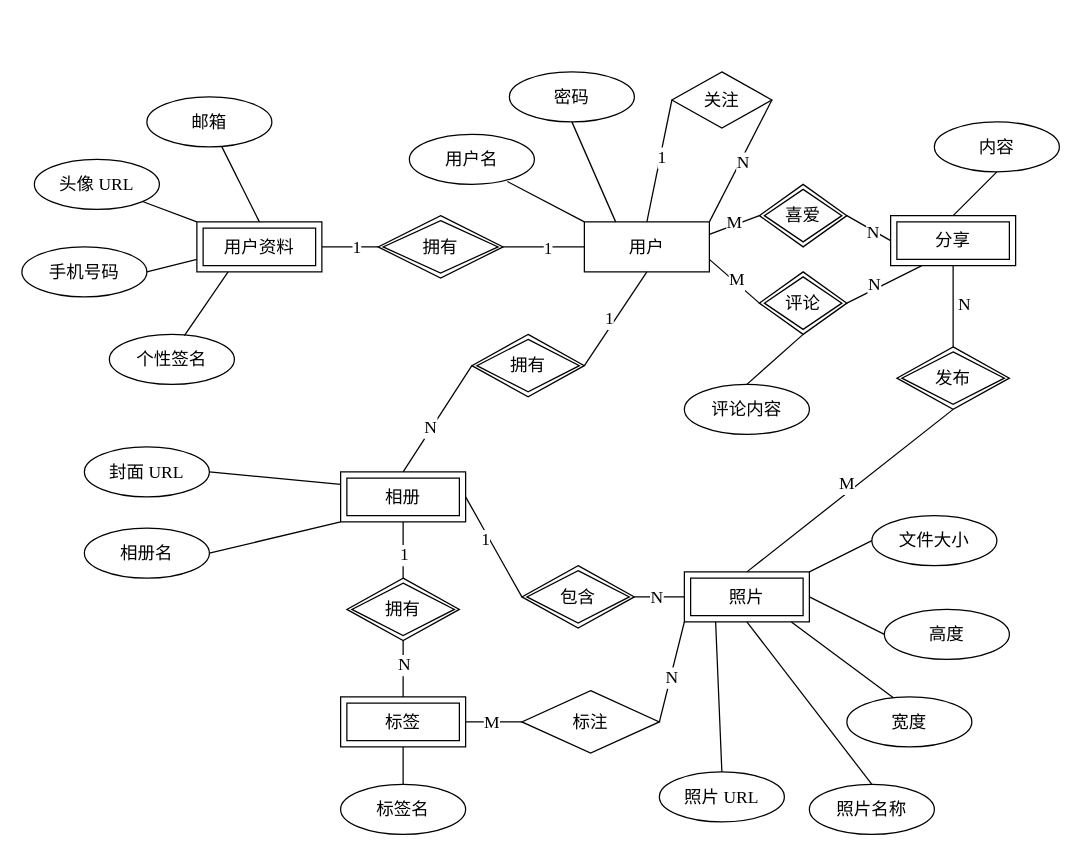
Before: public/erd.drawio in 3fuyang/3fuyang.github.io, a draw.io diagram. Source tidied: cells renumbered, new cells numbered last; positions are measured from the earlier drawing's top-left corner, leaving out a move shared by most shapes. Both pictures are drawn from the tidied source at 125%, with x=0, y=0 at pixel (21, 71).
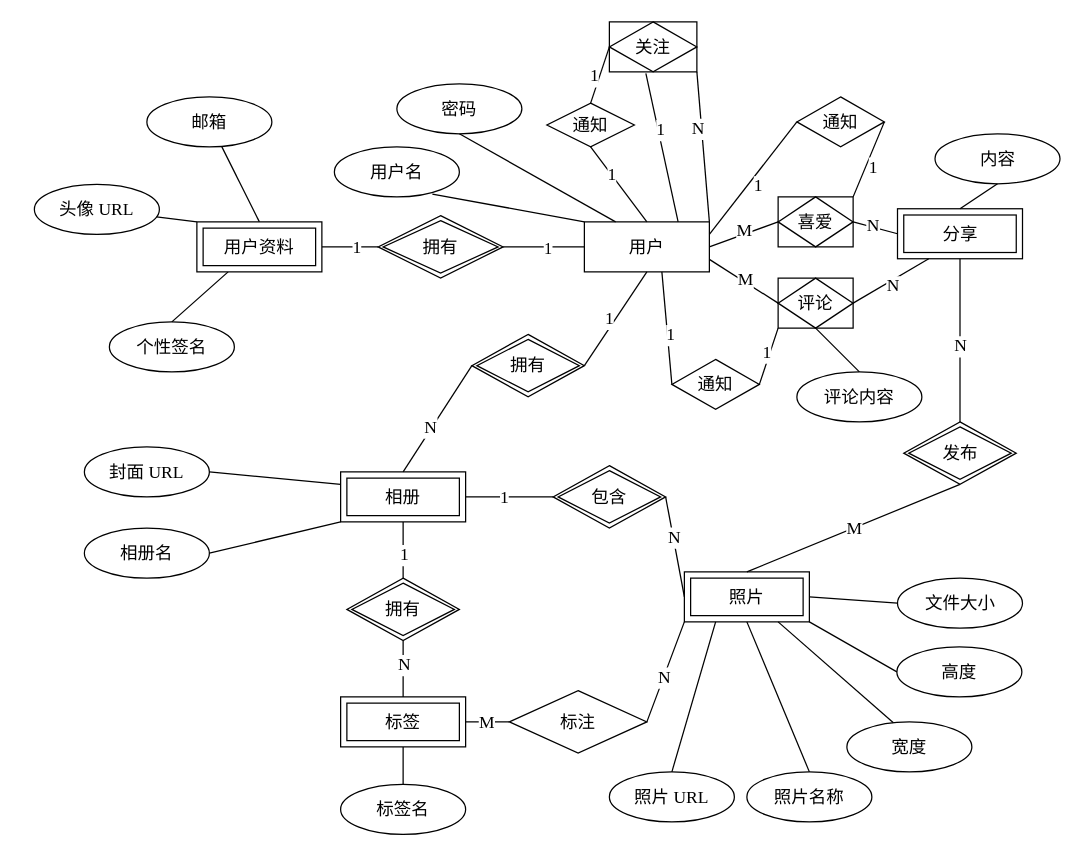
Above is the later version.

The change refers to these unchanged cells:
```xml
<mxCell id="2" value="&lt;font face=&quot;宋体&quot;&gt;&lt;span style=&quot;font-size: 14px;&quot;&gt;用户&lt;/span&gt;&lt;/font&gt;" style="whiteSpace=wrap;html=1;align=center;" parent="1" vertex="1">
  <mxGeometry x="450" y="120" width="100" height="40" as="geometry" />
</mxCell>
<mxCell id="21" value="&lt;font face=&quot;宋体&quot; style=&quot;font-size: 14px;&quot;&gt;用户资料&lt;/font&gt;" style="shape=ext;margin=3;double=1;whiteSpace=wrap;html=1;align=center;" parent="1" vertex="1">
  <mxGeometry x="140" y="120" width="100" height="40" as="geometry" />
</mxCell>
<mxCell id="33" value="&lt;font face=&quot;宋体&quot;&gt;&lt;span style=&quot;font-size: 14px;&quot;&gt;照片&lt;/span&gt;&lt;/font&gt;" style="shape=ext;margin=3;double=1;whiteSpace=wrap;html=1;align=center;" parent="1" vertex="1">
  <mxGeometry x="530" y="400" width="100" height="40" as="geometry" />
</mxCell>
<mxCell id="43" style="endArrow=none;html=1;rounded=0;entryX=0;entryY=0.5;entryDx=0;entryDy=0;exitX=1;exitY=0.5;exitDx=0;exitDy=0;" parent="1" edge="1" source="23" target="42">
  <mxGeometry relative="1" as="geometry" />
</mxCell>
<mxCell id="65" style="endArrow=none;html=1;rounded=0;entryX=0.5;entryY=0;entryDx=0;entryDy=0;exitX=0.5;exitY=1;exitDx=0;exitDy=0;" parent="1" edge="1" source="64" target="33">
  <mxGeometry relative="1" as="geometry" />
</mxCell>
<mxCell id="67" style="endArrow=none;html=1;rounded=0;entryX=0.5;entryY=0;entryDx=0;entryDy=0;exitX=0.5;exitY=1;exitDx=0;exitDy=0;" parent="1" edge="1" source="63" target="64">
  <mxGeometry relative="1" as="geometry" />
</mxCell>
```

The edit, as a diff of the source:
```diff
@@
     <mxCell id="3" value="&lt;font face=&quot;宋体&quot;&gt;&lt;font style=&quot;font-size: 14px;&quot;&gt;用户&lt;/font&gt;&lt;font style=&quot;font-size: 14px;&quot;&gt;名&lt;/font&gt;&lt;/font&gt;" style="ellipse;whiteSpace=wrap;html=1;align=center;" parent="1" vertex="1">
-      <mxGeometry x="310" y="50" width="100" height="40" as="geometry" />
+      <mxGeometry x="250" y="60" width="100" height="40" as="geometry" />
     </mxCell>
     <mxCell id="4" value="&lt;font face=&quot;宋体&quot;&gt;&lt;span style=&quot;font-size: 14px;&quot;&gt;密码&lt;/span&gt;&lt;/font&gt;" style="ellipse;whiteSpace=wrap;html=1;align=center;" parent="1" vertex="1">
-      <mxGeometry x="390" width="100" height="40" as="geometry" />
+      <mxGeometry x="300" y="9.5" width="100" height="40" as="geometry" />
     </mxCell>
     <mxCell id="5" value="&lt;span style=&quot;font-size: 14px;&quot;&gt;&lt;font face=&quot;宋体&quot;&gt;头像&lt;/font&gt;&lt;font face=&quot;Times New Roman&quot;&gt;&amp;nbsp;URL&lt;/font&gt;&lt;/span&gt;" style="ellipse;whiteSpace=wrap;html=1;align=center;" parent="1" vertex="1">
-      <mxGeometry x="10" y="70" width="100" height="40" as="geometry" />
+      <mxGeometry x="10" y="90" width="100" height="40" as="geometry" />
     </mxCell>
@@
-    <mxCell id="7" value="&lt;font face=&quot;宋体&quot;&gt;&lt;span style=&quot;font-size: 14px;&quot;&gt;手机号码&lt;/span&gt;&lt;/font&gt;" style="ellipse;whiteSpace=wrap;html=1;align=center;" parent="1" vertex="1">
-      <mxGeometry y="140" width="100" height="40" as="geometry" />
-    </mxCell>
     <mxCell id="8" value="&lt;font face=&quot;宋体&quot;&gt;&lt;span style=&quot;font-size: 14px;&quot;&gt;个性签名&lt;/span&gt;&lt;/font&gt;" style="ellipse;whiteSpace=wrap;html=1;align=center;" parent="1" vertex="1">
-      <mxGeometry x="70" y="210" width="100" height="40" as="geometry" />
+      <mxGeometry x="70" y="200" width="100" height="40" as="geometry" />
     </mxCell>
@@
-    <mxCell id="11" style="endArrow=none;html=1;rounded=0;exitX=1;exitY=0.5;exitDx=0;exitDy=0;entryX=0;entryY=0.75;entryDx=0;entryDy=0;" parent="1" edge="1" source="7" target="21">
-      <mxGeometry relative="1" as="geometry" />
-    </mxCell>
-    <mxCell id="12" style="endArrow=none;html=1;rounded=0;entryX=0.25;entryY=1;entryDx=0;entryDy=0;exitX=0.6;exitY=0.025;exitDx=0;exitDy=0;exitPerimeter=0;" parent="1" edge="1" source="8" target="21">
+    <mxCell id="12" style="endArrow=none;html=1;rounded=0;entryX=0.25;entryY=1;entryDx=0;entryDy=0;exitX=0.5;exitY=0;exitDx=0;exitDy=0;" parent="1" edge="1" source="8" target="21">
       <mxGeometry relative="1" as="geometry" />
     </mxCell>
@@
     <mxCell id="34" value="&lt;span style=&quot;font-size: 14px;&quot;&gt;&lt;font face=&quot;宋体&quot;&gt;照片&lt;/font&gt;&lt;font face=&quot;Times New Roman&quot;&gt; URL&lt;/font&gt;&lt;/span&gt;" style="ellipse;whiteSpace=wrap;html=1;align=center;" parent="1" vertex="1">
-      <mxGeometry x="510" y="560" width="100" height="40" as="geometry" />
+      <mxGeometry x="470" y="560" width="100" height="40" as="geometry" />
     </mxCell>
     <mxCell id="35" value="&lt;font face=&quot;宋体&quot;&gt;&lt;span style=&quot;font-size: 14px;&quot;&gt;宽度&lt;/span&gt;&lt;/font&gt;" style="ellipse;whiteSpace=wrap;html=1;align=center;" parent="1" vertex="1">
-      <mxGeometry x="660" y="500" width="100" height="40" as="geometry" />
+      <mxGeometry x="660" y="520" width="100" height="40" as="geometry" />
     </mxCell>
     <mxCell id="36" value="&lt;font face=&quot;宋体&quot;&gt;&lt;span style=&quot;font-size: 14px;&quot;&gt;高度&lt;/span&gt;&lt;/font&gt;" style="ellipse;whiteSpace=wrap;html=1;align=center;" parent="1" vertex="1">
-      <mxGeometry x="690" y="430" width="100" height="40" as="geometry" />
+      <mxGeometry x="700" y="460" width="100" height="40" as="geometry" />
     </mxCell>
@@
-    <mxCell id="38" style="endArrow=none;html=1;rounded=0;exitX=0.372;exitY=0.017;exitDx=0;exitDy=0;exitPerimeter=0;entryX=0.856;entryY=1.003;entryDx=0;entryDy=0;entryPerimeter=0;" parent="1" edge="1" source="35" target="33">
+    <mxCell id="38" style="endArrow=none;html=1;rounded=0;exitX=0.372;exitY=0.017;exitDx=0;exitDy=0;exitPerimeter=0;entryX=0.75;entryY=1;entryDx=0;entryDy=0;" parent="1" edge="1" source="35" target="33">
       <mxGeometry relative="1" as="geometry" />
     </mxCell>
-    <mxCell id="39" style="endArrow=none;html=1;rounded=0;exitX=0;exitY=0.5;exitDx=0;exitDy=0;entryX=1;entryY=0.5;entryDx=0;entryDy=0;" parent="1" edge="1" source="36" target="33">
+    <mxCell id="39" style="endArrow=none;html=1;rounded=0;exitX=0;exitY=0.5;exitDx=0;exitDy=0;entryX=1;entryY=1;entryDx=0;entryDy=0;" parent="1" edge="1" source="36" target="33">
       <mxGeometry relative="1" as="geometry" />
     </mxCell>
     <mxCell id="40" value="&lt;font face=&quot;宋体&quot;&gt;&lt;span style=&quot;font-size: 14px;&quot;&gt;文件大小&lt;/span&gt;&lt;/font&gt;" style="ellipse;whiteSpace=wrap;html=1;align=center;" parent="1" vertex="1">
-      <mxGeometry x="680" y="355" width="100" height="40" as="geometry" />
+      <mxGeometry x="700.5" y="405" width="100" height="40" as="geometry" />
     </mxCell>
-    <mxCell id="41" style="endArrow=none;html=1;rounded=0;exitX=0;exitY=0.5;exitDx=0;exitDy=0;entryX=1;entryY=0;entryDx=0;entryDy=0;" parent="1" edge="1" source="40" target="33">
+    <mxCell id="41" style="endArrow=none;html=1;rounded=0;exitX=0;exitY=0.5;exitDx=0;exitDy=0;entryX=1;entryY=0.5;entryDx=0;entryDy=0;" parent="1" edge="1" source="40" target="33">
       <mxGeometry relative="1" as="geometry" />
     </mxCell>
     <mxCell id="42" value="&lt;font face=&quot;宋体&quot; style=&quot;font-size: 14px;&quot;&gt;包含&lt;/font&gt;" style="shape=rhombus;double=1;perimeter=rhombusPerimeter;whiteSpace=wrap;html=1;align=center;" parent="1" vertex="1">
-      <mxGeometry x="400" y="395" width="90" height="50" as="geometry" />
+      <mxGeometry x="425" y="315" width="90" height="50" as="geometry" />
     </mxCell>
@@
     <mxCell id="44" value="&lt;font face=&quot;Times New Roman&quot; style=&quot;font-size: 14px;&quot;&gt;1&lt;/font&gt;" style="edgeLabel;html=1;align=center;verticalAlign=middle;" parent="43" vertex="1">
       <mxGeometry x="-0.43" relative="1" as="geometry">
-        <mxPoint x="3" y="12" as="offset" />
+        <mxPoint x="10" as="offset" />
       </mxGeometry>
     </mxCell>
@@
     <mxCell id="47" value="&lt;font face=&quot;宋体&quot;&gt;&lt;span style=&quot;font-size: 14px;&quot;&gt;照片名称&lt;/span&gt;&lt;/font&gt;" style="ellipse;whiteSpace=wrap;html=1;align=center;" parent="1" vertex="1">
-      <mxGeometry x="630" y="570" width="100" height="40" as="geometry" />
+      <mxGeometry x="580" y="560" width="100" height="40" as="geometry" />
     </mxCell>
@@
     <mxCell id="57" value="&lt;font face=&quot;宋体&quot;&gt;&lt;span style=&quot;font-size: 14px;&quot;&gt;标注&lt;/span&gt;&lt;/font&gt;" style="shape=rhombus;perimeter=rhombusPerimeter;whiteSpace=wrap;html=1;align=center;" parent="1" vertex="1">
-      <mxGeometry x="400" y="495" width="110" height="50" as="geometry" />
+      <mxGeometry x="390" y="495" width="110" height="50" as="geometry" />
     </mxCell>
@@
     <mxCell id="63" value="&lt;font face=&quot;宋体&quot;&gt;&lt;span style=&quot;font-size: 14px;&quot;&gt;分享&lt;/span&gt;&lt;/font&gt;" style="shape=ext;margin=3;double=1;whiteSpace=wrap;html=1;align=center;" parent="1" vertex="1">
-      <mxGeometry x="695" y="115" width="100" height="40" as="geometry" />
+      <mxGeometry x="700.5" y="109.5" width="100" height="40" as="geometry" />
     </mxCell>
     <mxCell id="64" value="&lt;font face=&quot;宋体&quot; style=&quot;font-size: 14px;&quot;&gt;发布&lt;/font&gt;" style="shape=rhombus;double=1;perimeter=rhombusPerimeter;whiteSpace=wrap;html=1;align=center;" parent="1" vertex="1">
-      <mxGeometry x="700" y="220" width="90" height="50" as="geometry" />
+      <mxGeometry x="705.5" y="280" width="90" height="50" as="geometry" />
     </mxCell>
@@
     <mxCell id="66" value="&lt;font face=&quot;Times New Roman&quot; style=&quot;font-size: 14px;&quot;&gt;M&lt;/font&gt;" style="edgeLabel;html=1;align=center;verticalAlign=middle;" parent="65" vertex="1">
       <mxGeometry x="0.18" y="-1" relative="1" as="geometry">
-        <mxPoint x="13" y="-16" as="offset" />
+        <mxPoint x="16" y="-5" as="offset" />
       </mxGeometry>
     </mxCell>
@@
     <mxCell id="68" value="&lt;font face=&quot;Times New Roman&quot; style=&quot;font-size: 14px;&quot;&gt;N&lt;/font&gt;" style="edgeLabel;html=1;align=center;verticalAlign=middle;" parent="67" vertex="1">
       <mxGeometry x="0.18" y="-1" relative="1" as="geometry">
-        <mxPoint x="9" y="-7" as="offset" />
+        <mxPoint x="1" y="-7" as="offset" />
       </mxGeometry>
     </mxCell>
     <mxCell id="69" value="&lt;font face=&quot;宋体&quot;&gt;&lt;span style=&quot;font-size: 14px;&quot;&gt;内容&lt;/span&gt;&lt;/font&gt;" style="ellipse;whiteSpace=wrap;html=1;align=center;" parent="1" vertex="1">
-      <mxGeometry x="730" y="40" width="100" height="40" as="geometry" />
+      <mxGeometry x="730.5" y="49.5" width="100" height="40" as="geometry" />
     </mxCell>
@@
-    <mxCell id="71" style="endArrow=none;html=1;rounded=0;entryX=0;entryY=0.5;entryDx=0;entryDy=0;exitX=1;exitY=0.25;exitDx=0;exitDy=0;" parent="1" edge="1" source="2" target="75">
+    <mxCell id="71" style="endArrow=none;html=1;rounded=0;entryX=0;entryY=0.5;entryDx=0;entryDy=0;exitX=1;exitY=0.5;exitDx=0;exitDy=0;" parent="1" edge="1" source="2" target="75">
       <mxGeometry relative="1" as="geometry" />
     </mxCell>
@@
-    <mxCell id="73" style="endArrow=none;html=1;rounded=0;entryX=0;entryY=0.5;entryDx=0;entryDy=0;exitX=1;exitY=0.5;exitDx=0;exitDy=0;" parent="1" edge="1" source="75" target="63">
+    <mxCell id="73" style="endArrow=none;html=1;rounded=0;exitX=1;exitY=0.5;exitDx=0;exitDy=0;entryX=0;entryY=0.5;entryDx=0;entryDy=0;" parent="1" edge="1" source="75" target="63">
       <mxGeometry relative="1" as="geometry" />
     </mxCell>
     <mxCell id="74" value="&lt;font face=&quot;Times New Roman&quot; style=&quot;font-size: 14px;&quot;&gt;N&lt;/font&gt;" style="edgeLabel;html=1;align=center;verticalAlign=middle;" parent="73" vertex="1">
       <mxGeometry x="0.25" y="-1" relative="1" as="geometry">
-        <mxPoint x="-1" as="offset" />
+        <mxPoint x="-6" y="-3" as="offset" />
       </mxGeometry>
     </mxCell>
-    <mxCell id="75" value="&lt;font face=&quot;宋体&quot;&gt;&lt;span style=&quot;font-size: 14px;&quot;&gt;喜爱&lt;/span&gt;&lt;/font&gt;" style="shape=rhombus;double=1;perimeter=rhombusPerimeter;whiteSpace=wrap;html=1;align=center;" parent="1" vertex="1">
-      <mxGeometry x="590" y="90" width="70" height="50" as="geometry" />
-    </mxCell>
-    <mxCell id="76" value="&lt;font face=&quot;宋体&quot;&gt;&lt;span style=&quot;font-size: 14px;&quot;&gt;评论&lt;/span&gt;&lt;/font&gt;" style="shape=rhombus;double=1;perimeter=rhombusPerimeter;whiteSpace=wrap;html=1;align=center;" parent="1" vertex="1">
-      <mxGeometry x="590" y="160" width="70" height="50" as="geometry" />
-    </mxCell>
-    <mxCell id="77" style="endArrow=none;html=1;rounded=0;exitX=1;exitY=0.5;exitDx=0;exitDy=0;entryX=0.25;entryY=1;entryDx=0;entryDy=0;" parent="1" edge="1" source="76" target="63">
+    <mxCell id="77" style="endArrow=none;html=1;rounded=0;entryX=0.25;entryY=1;entryDx=0;entryDy=0;exitX=1;exitY=0.5;exitDx=0;exitDy=0;" parent="1" edge="1" source="76" target="63">
       <mxGeometry relative="1" as="geometry" />
     </mxCell>
     <mxCell id="78" value="&lt;font face=&quot;Times New Roman&quot; style=&quot;font-size: 14px;&quot;&gt;N&lt;/font&gt;" style="edgeLabel;html=1;align=center;verticalAlign=middle;" parent="77" vertex="1">
       <mxGeometry x="0.25" y="-1" relative="1" as="geometry">
-        <mxPoint x="-17" y="3" as="offset" />
+        <mxPoint x="-7" y="8" as="offset" />
       </mxGeometry>
     </mxCell>
@@
     <mxCell id="81" value="&lt;font face=&quot;宋体&quot;&gt;&lt;span style=&quot;font-size: 14px;&quot;&gt;评论内容&lt;/span&gt;&lt;/font&gt;" style="ellipse;whiteSpace=wrap;html=1;align=center;" parent="1" vertex="1">
-      <mxGeometry x="530" y="250" width="100" height="40" as="geometry" />
+      <mxGeometry x="620" y="240" width="100" height="40" as="geometry" />
     </mxCell>
@@
-    <mxCell id="83" value="&lt;font face=&quot;宋体&quot;&gt;&lt;span style=&quot;font-size: 14px;&quot;&gt;关注&lt;/span&gt;&lt;/font&gt;" style="shape=rhombus;perimeter=rhombusPerimeter;whiteSpace=wrap;html=1;align=center;" parent="1" vertex="1">
-      <mxGeometry x="520" width="80" height="45" as="geometry" />
-    </mxCell>
-    <mxCell id="84" style="endArrow=none;html=1;rounded=0;exitX=0;exitY=0.5;exitDx=0;exitDy=0;entryX=0.5;entryY=0;entryDx=0;entryDy=0;" parent="1" edge="1" source="83" target="2">
+    <mxCell id="84" style="endArrow=none;html=1;rounded=0;exitX=0.417;exitY=1.032;exitDx=0;exitDy=0;entryX=0.75;entryY=0;entryDx=0;entryDy=0;exitPerimeter=0;" parent="1" edge="1" source="83" target="2">
       <mxGeometry relative="1" as="geometry" />
     </mxCell>
     <mxCell id="85" value="&lt;font face=&quot;Times New Roman&quot; style=&quot;font-size: 14px;&quot;&gt;1&lt;/font&gt;" style="edgeLabel;html=1;align=center;verticalAlign=middle;" parent="84" vertex="1">
-      <mxGeometry x="-0.05" y="1" relative="1" as="geometry" />
+      <mxGeometry x="-0.05" y="1" relative="1" as="geometry">
+        <mxPoint x="-2" y="-11" as="offset" />
+      </mxGeometry>
     </mxCell>
-    <mxCell id="86" style="endArrow=none;html=1;rounded=0;entryX=1;entryY=0.5;entryDx=0;entryDy=0;exitX=1;exitY=0;exitDx=0;exitDy=0;" parent="1" edge="1" source="2" target="83">
+    <mxCell id="86" style="endArrow=none;html=1;rounded=0;entryX=1;entryY=1;entryDx=0;entryDy=0;exitX=1;exitY=0;exitDx=0;exitDy=0;" parent="1" edge="1" source="2" target="83">
       <mxGeometry relative="1" as="geometry" />
     </mxCell>
     <mxCell id="87" value="&lt;font face=&quot;Times New Roman&quot; style=&quot;font-size: 14px;&quot;&gt;N&lt;/font&gt;" style="edgeLabel;html=1;align=center;verticalAlign=middle;" parent="86" vertex="1">
-      <mxGeometry x="-0.01" y="-2" relative="1" as="geometry" />
+      <mxGeometry x="-0.01" y="-2" relative="1" as="geometry">
+        <mxPoint x="-7" y="-15" as="offset" />
+      </mxGeometry>
     </mxCell>
+    <mxCell id="83" value="&lt;font face=&quot;宋体&quot; style=&quot;font-size: 14px;&quot;&gt;关注&lt;/font&gt;" style="shape=associativeEntity;whiteSpace=wrap;html=1;align=center;" parent="1" vertex="1">
+      <mxGeometry x="470" y="-40" width="70" height="40" as="geometry" />
+    </mxCell>
+    <mxCell id="75" value="&lt;font style=&quot;font-size: 14px;&quot; face=&quot;宋体&quot;&gt;喜爱&lt;/font&gt;" style="shape=associativeEntity;whiteSpace=wrap;html=1;align=center;" parent="1" vertex="1">
+      <mxGeometry x="605" y="100" width="60" height="40" as="geometry" />
+    </mxCell>
+    <mxCell id="76" value="&lt;font face=&quot;宋体&quot; style=&quot;font-size: 14px;&quot;&gt;评论&lt;/font&gt;" style="shape=associativeEntity;whiteSpace=wrap;html=1;align=center;" parent="1" vertex="1">
+      <mxGeometry x="605" y="165" width="60" height="40" as="geometry" />
+    </mxCell>
+    <mxCell id="88" value="&lt;font face=&quot;宋体&quot;&gt;&lt;span style=&quot;font-size: 14px;&quot;&gt;通知&lt;/span&gt;&lt;/font&gt;" style="shape=rhombus;perimeter=rhombusPerimeter;whiteSpace=wrap;html=1;align=center;" parent="1" vertex="1">
+      <mxGeometry x="420" y="25" width="70" height="35" as="geometry" />
+    </mxCell>
+    <mxCell id="89" style="endArrow=none;html=1;rounded=0;exitX=0.5;exitY=0;exitDx=0;exitDy=0;entryX=0.5;entryY=1;entryDx=0;entryDy=0;" parent="1" edge="1" source="2" target="88">
+      <mxGeometry relative="1" as="geometry" />
+    </mxCell>
+    <mxCell id="90" value="&lt;font face=&quot;Times New Roman&quot; style=&quot;font-size: 14px;&quot;&gt;1&lt;/font&gt;" style="edgeLabel;html=1;align=center;verticalAlign=middle;" parent="89" vertex="1">
+      <mxGeometry x="0.04" y="-2" relative="1" as="geometry">
+        <mxPoint x="-7" y="-5" as="offset" />
+      </mxGeometry>
+    </mxCell>
+    <mxCell id="91" style="endArrow=none;html=1;rounded=0;entryX=0;entryY=0.5;entryDx=0;entryDy=0;exitX=0.5;exitY=0;exitDx=0;exitDy=0;" parent="1" edge="1" source="88" target="83">
+      <mxGeometry relative="1" as="geometry" />
+    </mxCell>
+    <mxCell id="92" value="&lt;font face=&quot;Times New Roman&quot; style=&quot;font-size: 14px;&quot;&gt;1&lt;/font&gt;" style="edgeLabel;html=1;align=center;verticalAlign=middle;" parent="91" vertex="1">
+      <mxGeometry x="0.04" y="-2" relative="1" as="geometry">
+        <mxPoint x="-7" y="2" as="offset" />
+      </mxGeometry>
+    </mxCell>
+    <mxCell id="93" value="&lt;font face=&quot;宋体&quot;&gt;&lt;span style=&quot;font-size: 14px;&quot;&gt;通知&lt;/span&gt;&lt;/font&gt;" style="shape=rhombus;perimeter=rhombusPerimeter;whiteSpace=wrap;html=1;align=center;" parent="1" vertex="1">
+      <mxGeometry x="520" y="230" width="70" height="40" as="geometry" />
+    </mxCell>
+    <mxCell id="94" style="endArrow=none;html=1;rounded=0;exitX=0;exitY=1;exitDx=0;exitDy=0;entryX=1;entryY=0.5;entryDx=0;entryDy=0;" parent="1" edge="1" source="76" target="93">
+      <mxGeometry relative="1" as="geometry" />
+    </mxCell>
+    <mxCell id="95" value="&lt;font face=&quot;Times New Roman&quot; style=&quot;font-size: 14px;&quot;&gt;1&lt;/font&gt;" style="edgeLabel;html=1;align=center;verticalAlign=middle;" parent="94" vertex="1">
+      <mxGeometry x="0.04" y="-2" relative="1" as="geometry">
+        <mxPoint y="-4" as="offset" />
+      </mxGeometry>
+    </mxCell>
+    <mxCell id="96" style="endArrow=none;html=1;rounded=0;exitX=0;exitY=0.5;exitDx=0;exitDy=0;entryX=0.62;entryY=1;entryDx=0;entryDy=0;entryPerimeter=0;" parent="1" edge="1" source="93" target="2">
+      <mxGeometry relative="1" as="geometry" />
+    </mxCell>
+    <mxCell id="97" value="&lt;font face=&quot;Times New Roman&quot; style=&quot;font-size: 14px;&quot;&gt;1&lt;/font&gt;" style="edgeLabel;html=1;align=center;verticalAlign=middle;" parent="96" vertex="1">
+      <mxGeometry x="0.04" y="-2" relative="1" as="geometry">
+        <mxPoint x="1" y="7" as="offset" />
+      </mxGeometry>
+    </mxCell>
+    <mxCell id="98" value="&lt;font face=&quot;宋体&quot;&gt;&lt;span style=&quot;font-size: 14px;&quot;&gt;通知&lt;/span&gt;&lt;/font&gt;" style="shape=rhombus;perimeter=rhombusPerimeter;whiteSpace=wrap;html=1;align=center;" parent="1" vertex="1">
+      <mxGeometry x="620" y="20" width="70" height="40" as="geometry" />
+    </mxCell>
+    <mxCell id="99" style="endArrow=none;html=1;rounded=0;exitX=1;exitY=0;exitDx=0;exitDy=0;entryX=1;entryY=0.5;entryDx=0;entryDy=0;" parent="1" edge="1" source="75" target="98">
+      <mxGeometry relative="1" as="geometry" />
+    </mxCell>
+    <mxCell id="100" value="&lt;font face=&quot;Times New Roman&quot; style=&quot;font-size: 14px;&quot;&gt;1&lt;/font&gt;" style="edgeLabel;html=1;align=center;verticalAlign=middle;" parent="99" vertex="1">
+      <mxGeometry x="0.04" y="-2" relative="1" as="geometry">
+        <mxPoint x="1" y="7" as="offset" />
+      </mxGeometry>
+    </mxCell>
+    <mxCell id="101" style="endArrow=none;html=1;rounded=0;exitX=1;exitY=0.25;exitDx=0;exitDy=0;entryX=0;entryY=0.5;entryDx=0;entryDy=0;" parent="1" edge="1" source="2" target="98">
+      <mxGeometry relative="1" as="geometry" />
+    </mxCell>
+    <mxCell id="102" value="&lt;font face=&quot;Times New Roman&quot; style=&quot;font-size: 14px;&quot;&gt;1&lt;/font&gt;" style="edgeLabel;html=1;align=center;verticalAlign=middle;" parent="101" vertex="1">
+      <mxGeometry x="0.04" y="-2" relative="1" as="geometry">
+        <mxPoint x="1" y="7" as="offset" />
+      </mxGeometry>
+    </mxCell>
```
